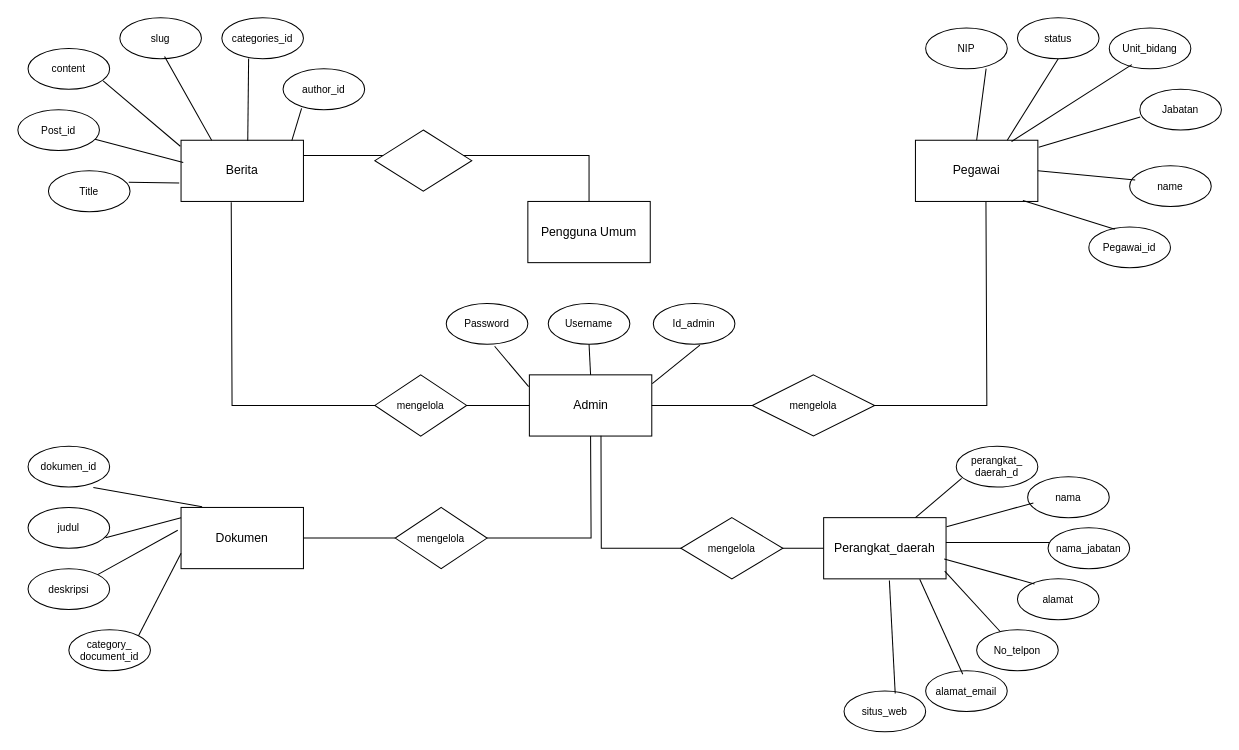
Earlier version of the draw.io diagram ERD.drawio (dhmsAdhty/useCase). Source tidied: cells renumbered, new cells numbered last; positions are measured from the earlier drawing's top-left corner, leaving out a move shared by most shapes. Both pictures are drawn from the tidied source at 102%, with x=0, y=0 at pixel (17, 17).
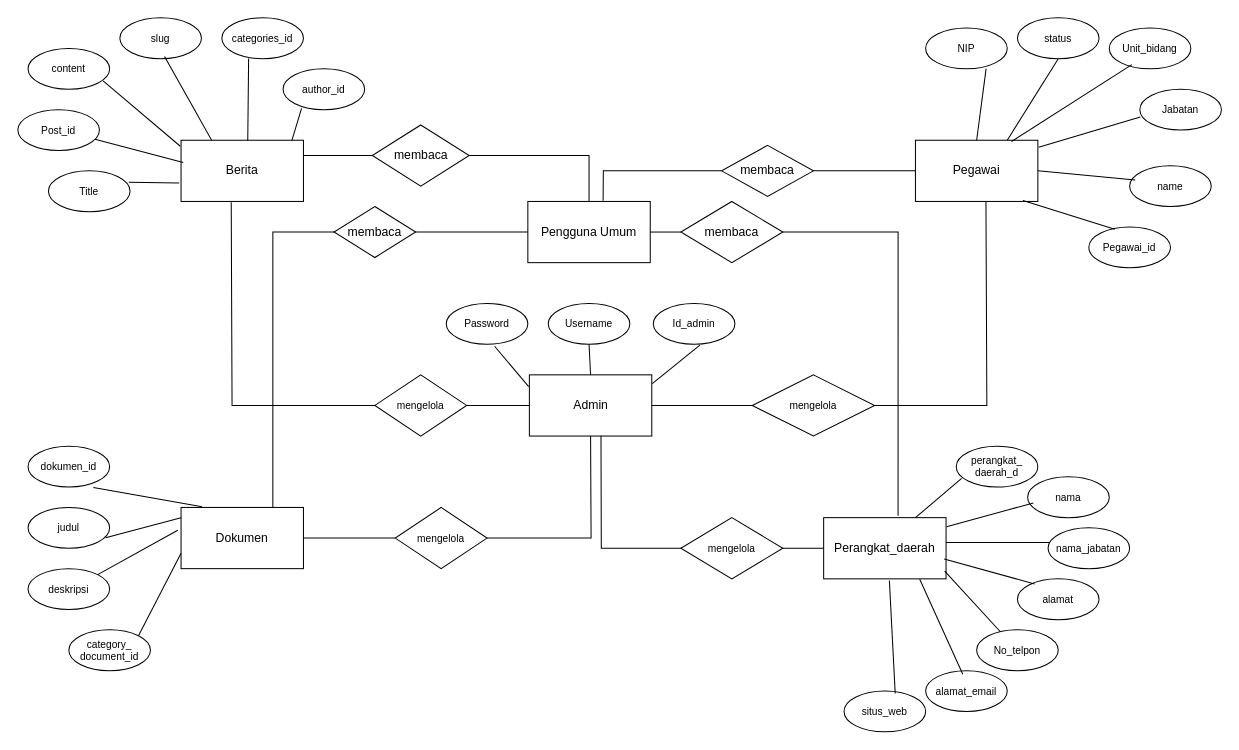
After the change.

Unchanged cells that the change refers to:
```xml
<mxCell id="9" value="Berita" style="rounded=0;whiteSpace=wrap;html=1;" parent="1" vertex="1">
  <mxGeometry x="160" y="120" width="120" height="60" as="geometry" />
</mxCell>
<mxCell id="10" value="Pegawai" style="rounded=0;whiteSpace=wrap;html=1;" parent="1" vertex="1">
  <mxGeometry x="880" y="120" width="120" height="60" as="geometry" />
</mxCell>
<mxCell id="11" value="Perangkat_daerah" style="rounded=0;whiteSpace=wrap;html=1;" parent="1" vertex="1">
  <mxGeometry x="790" y="490" width="120" height="60" as="geometry" />
</mxCell>
<mxCell id="36" value="Dokumen" style="rounded=0;whiteSpace=wrap;html=1;" parent="1" vertex="1">
  <mxGeometry x="160" y="480" width="120" height="60" as="geometry" />
</mxCell>
<mxCell id="59" value="Pengguna Umum" style="rounded=0;whiteSpace=wrap;html=1;" parent="1" vertex="1">
  <mxGeometry x="500" y="180" width="120" height="60" as="geometry" />
</mxCell>
```

The edit, as a diff of the source:
```diff
@@
-    <mxCell id="70" style="endArrow=none;html=1;rounded=0;entryX=0.5;entryY=0;entryDx=0;entryDy=0;exitX=1;exitY=0.25;exitDx=0;exitDy=0;" parent="1" edge="1" source="9" target="59">
+    <mxCell id="70" style="endArrow=none;html=1;rounded=0;entryX=0.5;entryY=0;entryDx=0;entryDy=0;exitX=1;exitY=0.5;exitDx=0;exitDy=0;" parent="1" edge="1" source="71" target="59">
       <mxGeometry relative="1" as="geometry">
         <Array as="points">
           <mxPoint x="560" y="135" />
         </Array>
       </mxGeometry>
     </mxCell>
+    <mxCell id="72" style="endArrow=none;html=1;rounded=0;entryX=0;entryY=0.5;entryDx=0;entryDy=0;exitX=1;exitY=0.25;exitDx=0;exitDy=0;" parent="1" edge="1" source="9" target="71">
+      <mxGeometry relative="1" as="geometry" />
+    </mxCell>
-    <mxCell id="71" style="rhombus;whiteSpace=wrap;html=1;" parent="1" vertex="1">
-      <mxGeometry x="350" y="110" width="95" height="60" as="geometry" />
+    <mxCell id="71" value="membaca" style="rhombus;whiteSpace=wrap;html=1;" parent="1" vertex="1">
+      <mxGeometry x="347.5" y="105" width="95" height="60" as="geometry" />
     </mxCell>
+    <mxCell id="73" style="endArrow=none;html=1;rounded=0;entryX=0;entryY=0.5;entryDx=0;entryDy=0;exitX=1;exitY=0.5;exitDx=0;exitDy=0;" parent="1" edge="1" source="75" target="10">
+      <mxGeometry relative="1" as="geometry" />
+    </mxCell>
+    <mxCell id="74" style="endArrow=none;html=1;rounded=0;entryX=0;entryY=0.5;entryDx=0;entryDy=0;exitX=0.615;exitY=-0.013;exitDx=0;exitDy=0;exitPerimeter=0;" parent="1" edge="1" source="59" target="75">
+      <mxGeometry relative="1" as="geometry">
+        <Array as="points">
+          <mxPoint x="574" y="150" />
+        </Array>
+      </mxGeometry>
+    </mxCell>
+    <mxCell id="75" value="membaca" style="rhombus;whiteSpace=wrap;html=1;" parent="1" vertex="1">
+      <mxGeometry x="690" y="125" width="90" height="50" as="geometry" />
+    </mxCell>
+    <mxCell id="76" style="endArrow=none;html=1;rounded=0;entryX=1;entryY=0.5;entryDx=0;entryDy=0;exitX=0;exitY=0.5;exitDx=0;exitDy=0;" parent="1" edge="1" source="78" target="59">
+      <mxGeometry relative="1" as="geometry" />
+    </mxCell>
+    <mxCell id="77" style="endArrow=none;html=1;rounded=0;entryX=1;entryY=0.5;entryDx=0;entryDy=0;exitX=0.608;exitY=-0.032;exitDx=0;exitDy=0;exitPerimeter=0;" parent="1" edge="1" source="11" target="78">
+      <mxGeometry relative="1" as="geometry">
+        <Array as="points">
+          <mxPoint x="863" y="210" />
+        </Array>
+      </mxGeometry>
+    </mxCell>
+    <mxCell id="78" value="membaca" style="rhombus;whiteSpace=wrap;html=1;" parent="1" vertex="1">
+      <mxGeometry x="650" y="180" width="100" height="60" as="geometry" />
+    </mxCell>
+    <mxCell id="79" style="endArrow=none;html=1;rounded=0;entryX=0;entryY=0.5;entryDx=0;entryDy=0;exitX=0.75;exitY=0;exitDx=0;exitDy=0;" parent="1" edge="1" source="36" target="59">
+      <mxGeometry relative="1" as="geometry">
+        <Array as="points">
+          <mxPoint x="250" y="210" />
+        </Array>
+      </mxGeometry>
+    </mxCell>
+    <mxCell id="80" value="membaca" style="rhombus;whiteSpace=wrap;html=1;" parent="1" vertex="1">
+      <mxGeometry x="310" y="185" width="80" height="50" as="geometry" />
+    </mxCell>
```
